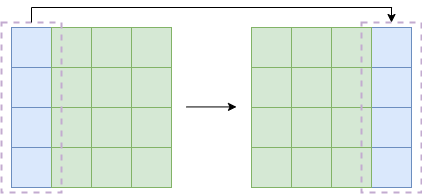
Before: thesis/ch3/移位示意图.drawio.png, a diagram exported from draw.io (guxdong/imgrepo). Source tidied: cells renumbered, new cells last; positions are measured from the earlier drawing's top-left corner, leaving out a move shared by most shapes.
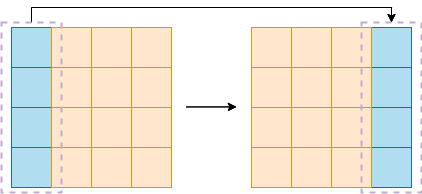
After the change.

Commit message:
更新移位示意图.drawio.png

Change to the diagram source:
```diff
@@ -104,12 +104,6 @@
         <mxPoint x="235" y="99.4" as="targetPoint" />
       </mxGeometry>
     </mxCell>
-    <mxCell id="35" style="rounded=0;whiteSpace=wrap;html=1;fillColor=none;dashed=1;strokeWidth=2;strokeColor=#C3ABD0;" parent="1" vertex="1">
-      <mxGeometry y="15" width="60" height="170" as="geometry" />
-    </mxCell>
-    <mxCell id="36" style="rounded=0;whiteSpace=wrap;html=1;fillColor=none;dashed=1;strokeWidth=2;strokeColor=#C3ABD0;" parent="1" vertex="1">
-      <mxGeometry x="360" y="15" width="60" height="170" as="geometry" />
-    </mxCell>
     <mxCell id="37" style="endArrow=none;html=1;rounded=0;entryX=0.5;entryY=0;entryDx=0;entryDy=0;" parent="1" edge="1" target="35">
       <mxGeometry relative="1" as="geometry">
         <mxPoint x="30" as="sourcePoint" />
@@ -121,10 +115,130 @@
         <mxPoint x="390.6" as="targetPoint" />
       </mxGeometry>
     </mxCell>
-    <mxCell id="39" style="endArrow=classic;html=1;rounded=0;entryX=0.5;entryY=0;entryDx=0;entryDy=0;" parent="1" edge="1" target="36">
+    <mxCell id="39" style="endArrow=classic;html=1;rounded=0;entryX=0.5;entryY=0;entryDx=0;entryDy=0;" parent="1" edge="1">
       <mxGeometry relative="1" as="geometry">
         <mxPoint x="390" as="sourcePoint" />
+        <mxPoint x="390" y="15" as="targetPoint" />
       </mxGeometry>
     </mxCell>
+    <mxCell id="40" style="rounded=0;whiteSpace=wrap;html=1;fillColor=#b1ddf0;strokeColor=#10739e;" parent="1" vertex="1">
+      <mxGeometry x="10" y="20" width="40" height="40" as="geometry" />
+    </mxCell>
+    <mxCell id="41" style="rounded=0;whiteSpace=wrap;html=1;fillColor=#ffe6cc;strokeColor=#d79b00;" parent="1" vertex="1">
+      <mxGeometry x="50" y="20" width="40" height="40" as="geometry" />
+    </mxCell>
+    <mxCell id="42" style="rounded=0;whiteSpace=wrap;html=1;fillColor=#ffe6cc;strokeColor=#d79b00;" parent="1" vertex="1">
+      <mxGeometry x="90" y="20" width="40" height="40" as="geometry" />
+    </mxCell>
+    <mxCell id="43" style="rounded=0;whiteSpace=wrap;html=1;fillColor=#ffe6cc;strokeColor=#d79b00;" parent="1" vertex="1">
+      <mxGeometry x="130" y="20" width="40" height="40" as="geometry" />
+    </mxCell>
+    <mxCell id="44" style="rounded=0;whiteSpace=wrap;html=1;fillColor=#b1ddf0;strokeColor=#10739e;" parent="1" vertex="1">
+      <mxGeometry x="10" y="60" width="40" height="40" as="geometry" />
+    </mxCell>
+    <mxCell id="45" style="rounded=0;whiteSpace=wrap;html=1;fillColor=#ffe6cc;strokeColor=#d79b00;" parent="1" vertex="1">
+      <mxGeometry x="50" y="60" width="40" height="40" as="geometry" />
+    </mxCell>
+    <mxCell id="46" style="rounded=0;whiteSpace=wrap;html=1;fillColor=#ffe6cc;strokeColor=#d79b00;" parent="1" vertex="1">
+      <mxGeometry x="90" y="60" width="40" height="40" as="geometry" />
+    </mxCell>
+    <mxCell id="47" style="rounded=0;whiteSpace=wrap;html=1;fillColor=#ffe6cc;strokeColor=#d79b00;" parent="1" vertex="1">
+      <mxGeometry x="130" y="60" width="40" height="40" as="geometry" />
+    </mxCell>
+    <mxCell id="48" style="rounded=0;whiteSpace=wrap;html=1;fillColor=#b1ddf0;strokeColor=#10739e;" parent="1" vertex="1">
+      <mxGeometry x="10" y="100" width="40" height="40" as="geometry" />
+    </mxCell>
+    <mxCell id="49" style="rounded=0;whiteSpace=wrap;html=1;fillColor=#ffe6cc;strokeColor=#d79b00;" parent="1" vertex="1">
+      <mxGeometry x="50" y="100" width="40" height="40" as="geometry" />
+    </mxCell>
+    <mxCell id="50" style="rounded=0;whiteSpace=wrap;html=1;fillColor=#ffe6cc;strokeColor=#d79b00;" parent="1" vertex="1">
+      <mxGeometry x="90" y="100" width="40" height="40" as="geometry" />
+    </mxCell>
+    <mxCell id="51" style="rounded=0;whiteSpace=wrap;html=1;fillColor=#ffe6cc;strokeColor=#d79b00;" parent="1" vertex="1">
+      <mxGeometry x="130" y="100" width="40" height="40" as="geometry" />
+    </mxCell>
+    <mxCell id="52" style="rounded=0;whiteSpace=wrap;html=1;fillColor=#b1ddf0;strokeColor=#10739e;" parent="1" vertex="1">
+      <mxGeometry x="10" y="140" width="40" height="40" as="geometry" />
+    </mxCell>
+    <mxCell id="53" style="rounded=0;whiteSpace=wrap;html=1;fillColor=#ffe6cc;strokeColor=#d79b00;" parent="1" vertex="1">
+      <mxGeometry x="50" y="140" width="40" height="40" as="geometry" />
+    </mxCell>
+    <mxCell id="54" style="rounded=0;whiteSpace=wrap;html=1;fillColor=#ffe6cc;strokeColor=#d79b00;" parent="1" vertex="1">
+      <mxGeometry x="90" y="140" width="40" height="40" as="geometry" />
+    </mxCell>
+    <mxCell id="55" style="rounded=0;whiteSpace=wrap;html=1;fillColor=#ffe6cc;strokeColor=#d79b00;" parent="1" vertex="1">
+      <mxGeometry x="130" y="140" width="40" height="40" as="geometry" />
+    </mxCell>
+    <mxCell id="56" style="rounded=0;whiteSpace=wrap;html=1;fillColor=#b1ddf0;strokeColor=#10739e;" parent="1" vertex="1">
+      <mxGeometry x="370" y="20" width="40" height="40" as="geometry" />
+    </mxCell>
+    <mxCell id="57" style="rounded=0;whiteSpace=wrap;html=1;fillColor=#ffe6cc;strokeColor=#d79b00;" parent="1" vertex="1">
+      <mxGeometry x="250" y="20" width="40" height="40" as="geometry" />
+    </mxCell>
+    <mxCell id="58" style="rounded=0;whiteSpace=wrap;html=1;fillColor=#ffe6cc;strokeColor=#d79b00;" parent="1" vertex="1">
+      <mxGeometry x="290" y="20" width="40" height="40" as="geometry" />
+    </mxCell>
+    <mxCell id="59" style="rounded=0;whiteSpace=wrap;html=1;fillColor=#ffe6cc;strokeColor=#d79b00;" parent="1" vertex="1">
+      <mxGeometry x="330" y="20" width="40" height="40" as="geometry" />
+    </mxCell>
+    <mxCell id="60" style="rounded=0;whiteSpace=wrap;html=1;fillColor=#b1ddf0;strokeColor=#10739e;" parent="1" vertex="1">
+      <mxGeometry x="370" y="60" width="40" height="40" as="geometry" />
+    </mxCell>
+    <mxCell id="61" style="rounded=0;whiteSpace=wrap;html=1;fillColor=#ffe6cc;strokeColor=#d79b00;" parent="1" vertex="1">
+      <mxGeometry x="250" y="60" width="40" height="40" as="geometry" />
+    </mxCell>
+    <mxCell id="62" style="rounded=0;whiteSpace=wrap;html=1;fillColor=#ffe6cc;strokeColor=#d79b00;" parent="1" vertex="1">
+      <mxGeometry x="290" y="60" width="40" height="40" as="geometry" />
+    </mxCell>
+    <mxCell id="63" style="rounded=0;whiteSpace=wrap;html=1;fillColor=#ffe6cc;strokeColor=#d79b00;" parent="1" vertex="1">
+      <mxGeometry x="330" y="60" width="40" height="40" as="geometry" />
+    </mxCell>
+    <mxCell id="64" style="rounded=0;whiteSpace=wrap;html=1;fillColor=#b1ddf0;strokeColor=#10739e;" parent="1" vertex="1">
+      <mxGeometry x="370" y="100" width="40" height="40" as="geometry" />
+    </mxCell>
+    <mxCell id="65" style="rounded=0;whiteSpace=wrap;html=1;fillColor=#ffe6cc;strokeColor=#d79b00;" parent="1" vertex="1">
+      <mxGeometry x="250" y="100" width="40" height="40" as="geometry" />
+    </mxCell>
+    <mxCell id="66" style="rounded=0;whiteSpace=wrap;html=1;fillColor=#ffe6cc;strokeColor=#d79b00;" parent="1" vertex="1">
+      <mxGeometry x="290" y="100" width="40" height="40" as="geometry" />
+    </mxCell>
+    <mxCell id="67" style="rounded=0;whiteSpace=wrap;html=1;fillColor=#ffe6cc;strokeColor=#d79b00;" parent="1" vertex="1">
+      <mxGeometry x="330" y="100" width="40" height="40" as="geometry" />
+    </mxCell>
+    <mxCell id="68" style="rounded=0;whiteSpace=wrap;html=1;fillColor=#b1ddf0;strokeColor=#10739e;" parent="1" vertex="1">
+      <mxGeometry x="370" y="140" width="40" height="40" as="geometry" />
+    </mxCell>
+    <mxCell id="69" style="rounded=0;whiteSpace=wrap;html=1;fillColor=#ffe6cc;strokeColor=#d79b00;" parent="1" vertex="1">
+      <mxGeometry x="250" y="140" width="40" height="40" as="geometry" />
+    </mxCell>
+    <mxCell id="70" style="rounded=0;whiteSpace=wrap;html=1;fillColor=#ffe6cc;strokeColor=#d79b00;" parent="1" vertex="1">
+      <mxGeometry x="290" y="140" width="40" height="40" as="geometry" />
+    </mxCell>
+    <mxCell id="71" style="rounded=0;whiteSpace=wrap;html=1;fillColor=#ffe6cc;strokeColor=#d79b00;" parent="1" vertex="1">
+      <mxGeometry x="330" y="140" width="40" height="40" as="geometry" />
+    </mxCell>
+    <mxCell id="72" style="endArrow=classic;html=1;rounded=0;" parent="1" edge="1">
+      <mxGeometry relative="1" as="geometry">
+        <mxPoint x="185" y="99.4" as="sourcePoint" />
+        <mxPoint x="235" y="99.4" as="targetPoint" />
+      </mxGeometry>
+    </mxCell>
+    <mxCell id="36" style="rounded=0;whiteSpace=wrap;html=1;fillColor=none;dashed=1;strokeWidth=2;strokeColor=#C3ABD0;" parent="1" vertex="1">
+      <mxGeometry x="360" y="15" width="60" height="170" as="geometry" />
+    </mxCell>
+    <mxCell id="73" style="endArrow=none;html=1;rounded=0;" parent="1" edge="1">
+      <mxGeometry relative="1" as="geometry">
+        <mxPoint x="30" as="sourcePoint" />
+        <mxPoint x="390.6" as="targetPoint" />
+      </mxGeometry>
+    </mxCell>
+    <mxCell id="74" style="endArrow=classic;html=1;rounded=0;entryX=0.5;entryY=0;entryDx=0;entryDy=0;" parent="1" edge="1" target="36">
+      <mxGeometry relative="1" as="geometry">
+        <mxPoint x="390" as="sourcePoint" />
+      </mxGeometry>
+    </mxCell>
+    <mxCell id="35" style="rounded=0;whiteSpace=wrap;html=1;fillColor=none;dashed=1;strokeWidth=2;strokeColor=#C3ABD0;" parent="1" vertex="1">
+      <mxGeometry y="15" width="60" height="170" as="geometry" />
+    </mxCell>
   </root>
 </mxGraphModel>
```
